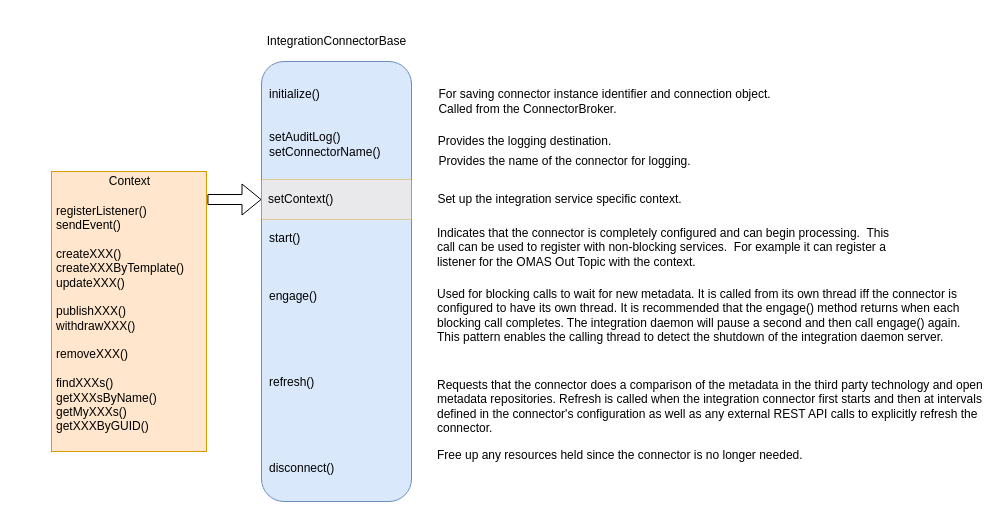
Above: page "integration-connector" (3 of 4) of open-metadata-implementation/governance-servers/integration-daemon-services/docs/integration-daemon.drawio in odpi/egeria (draw.io), before the change. Source tidied: cells renumbered, new cells numbered last; positions are measured from the earlier drawing's top-left corner, leaving out a move shared by most shapes. Both pictures are drawn from the tidied source at 100%, with x=0, y=0 at pixel (51, 31).
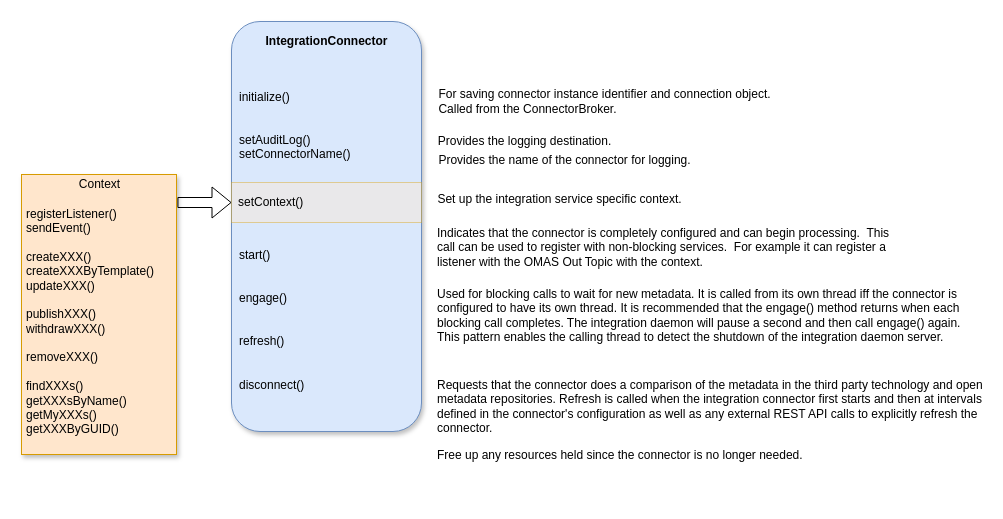
Above is the later version.

Diff of the diagram source:
```diff
@@
 <mxGraphModel>
   <root>
     <mxCell id="0" />
     <mxCell id="1" parent="0" />
-    <mxCell id="2" value="initialize()&lt;br&gt;&lt;br&gt;&lt;br&gt;setAuditLog()&lt;br&gt;setConnectorName()&lt;br&gt;&lt;br&gt;&lt;br&gt;&lt;br&gt;&lt;br&gt;&lt;br&gt;start()&lt;br&gt;&lt;br&gt;&lt;br&gt;&lt;br&gt;engage()&lt;br&gt;&lt;br&gt;&lt;br&gt;&lt;br&gt;&lt;br&gt;&lt;br&gt;refresh()&lt;br&gt;&lt;br&gt;&lt;br&gt;&lt;br&gt;&lt;br&gt;&lt;br&gt;disconnect()" style="rounded=1;whiteSpace=wrap;html=1;align=left;perimeterSpacing=0;spacingLeft=6;fillColor=#dae8fc;strokeColor=#6c8ebf;" parent="1" vertex="1">
-      <mxGeometry x="210" y="30" width="150" height="440" as="geometry" />
+    <mxCell id="2" value="&lt;br&gt;&lt;br&gt;initialize()&lt;br&gt;&lt;br&gt;&lt;br&gt;setAuditLog()&lt;br&gt;setConnectorName()&lt;br&gt;&lt;br&gt;&lt;br&gt;&lt;br&gt;&lt;br&gt;&lt;br&gt;&lt;br&gt;start()&lt;br&gt;&lt;br&gt;&lt;br&gt;engage()&lt;br&gt;&lt;br&gt;&lt;br&gt;refresh()&lt;br&gt;&lt;br&gt;&lt;br&gt;disconnect()" style="rounded=1;whiteSpace=wrap;html=1;align=left;perimeterSpacing=0;spacingLeft=6;fillColor=#dae8fc;strokeColor=#6c8ebf;shadow=1;" parent="1" vertex="1">
+      <mxGeometry x="180" y="-10" width="190" height="410" as="geometry" />
     </mxCell>
-    <mxCell id="3" value="IntegrationConnectorBase" style="text;html=1;align=center;verticalAlign=middle;" parent="1" vertex="1">
-      <mxGeometry x="210" width="150" height="20" as="geometry" />
+    <mxCell id="3" value="&lt;b&gt;IntegrationConnector&lt;/b&gt;" style="text;html=1;align=center;verticalAlign=middle;" parent="1" vertex="1">
+      <mxGeometry x="205" width="140" height="20" as="geometry" />
     </mxCell>
-    <mxCell id="4" value="Indicates that the connector is completely configured and can begin processing.&amp;nbsp; This call can be used to register with non-blocking services.&amp;nbsp; For example it can register a listener for the OMAS Out Topic with the context." style="text;whiteSpace=wrap;html=1;" parent="1" vertex="1">
+    <mxCell id="4" value="Indicates that the connector is completely configured and can begin processing.&amp;nbsp; This call can be used to register with non-blocking services.&amp;nbsp; For example it can register a listener with the OMAS Out Topic with the context." style="text;whiteSpace=wrap;html=1;" parent="1" vertex="1">
       <mxGeometry x="384" y="188" width="470" height="40" as="geometry" />
     </mxCell>
     <mxCell id="5" value="For saving connector instance identifier and connection object.&lt;br&gt;&lt;div style=&quot;text-align: left&quot;&gt;&lt;span&gt;Called from the ConnectorBroker.&lt;/span&gt;&lt;/div&gt;" style="text;html=1;align=center;verticalAlign=middle;" parent="1" vertex="1">
       <mxGeometry x="378" y="55" width="350" height="30" as="geometry" />
     </mxCell>
     <mxCell id="6" value="Provides the logging destination." style="text;html=1;align=center;verticalAlign=middle;" parent="1" vertex="1">
       <mxGeometry x="378" y="100" width="190" height="20" as="geometry" />
     </mxCell>
     <mxCell id="7" value="Provides the name of the connector for logging." style="text;html=1;align=center;verticalAlign=middle;" parent="1" vertex="1">
-      <mxGeometry x="378" y="120" width="270" height="20" as="geometry" />
+      <mxGeometry x="378" y="119" width="270" height="20" as="geometry" />
     </mxCell>
     <mxCell id="8" value="Used for blocking calls to wait for new metadata.  It is called from its own thread iff the connector is configured to have its own thread.  It is recommended that the engage() method returns when each blocking call completes.  The integration daemon will pause a second and then call engage() again.  This pattern enables the calling thread to detect the shutdown of the integration daemon server." style="text;whiteSpace=wrap;html=1;" parent="1" vertex="1">
       <mxGeometry x="384" y="249" width="550" height="70" as="geometry" />
     </mxCell>
     <mxCell id="9" value="Free up any resources held since the connector is no longer needed." style="text;whiteSpace=wrap;html=1;" parent="1" vertex="1">
       <mxGeometry x="384" y="410" width="400" height="30" as="geometry" />
     </mxCell>
     <mxCell id="10" value="Requests that the connector does a comparison of the metadata in the third party technology and open metadata repositories. Refresh is called when the integration connector first starts and then at intervals defined in the connector's configuration as well as any external REST API calls to explicitly refresh the connector." style="text;whiteSpace=wrap;html=1;" parent="1" vertex="1">
       <mxGeometry x="384" y="340" width="550" height="70" as="geometry" />
     </mxCell>
     <mxCell id="11" value="Set up the integration service specific context." style="text;html=1;align=center;verticalAlign=middle;" parent="1" vertex="1">
       <mxGeometry x="378" y="158" width="260" height="20" as="geometry" />
     </mxCell>
     <mxCell id="12" value="setContext()" style="rounded=0;whiteSpace=wrap;html=1;fillColor=#ffe6cc;strokeColor=#d79b00;opacity=40;align=left;spacingLeft=5;" parent="1" vertex="1">
-      <mxGeometry x="210" y="148" width="150" height="40" as="geometry" />
+      <mxGeometry x="180" y="151" width="190" height="40" as="geometry" />
     </mxCell>
-    <mxCell id="13" value="&lt;br&gt;registerListener()&lt;br&gt;sendEvent()&lt;br&gt;&lt;br&gt;createXXX()&lt;br&gt;createXXXByTemplate()&lt;br&gt;updateXXX()&lt;br&gt;&lt;br&gt;publishXXX()&lt;br&gt;withdrawXXX()&lt;br&gt;&lt;br&gt;removeXXX()&lt;br&gt;&lt;br&gt;findXXXs()&lt;br&gt;getXXXsByName()&lt;br&gt;getMyXXXs()&lt;br&gt;getXXXByGUID()" style="whiteSpace=wrap;html=1;align=left;fillColor=#ffe6cc;strokeColor=#d79b00;spacingLeft=3;" parent="1" vertex="1">
-      <mxGeometry y="140" width="155" height="280" as="geometry" />
+    <mxCell id="13" value="&lt;br&gt;registerListener()&lt;br&gt;sendEvent()&lt;br&gt;&lt;br&gt;createXXX()&lt;br&gt;createXXXByTemplate()&lt;br&gt;updateXXX()&lt;br&gt;&lt;br&gt;publishXXX()&lt;br&gt;withdrawXXX()&lt;br&gt;&lt;br&gt;removeXXX()&lt;br&gt;&lt;br&gt;findXXXs()&lt;br&gt;getXXXsByName()&lt;br&gt;getMyXXXs()&lt;br&gt;getXXXByGUID()" style="whiteSpace=wrap;html=1;align=left;fillColor=#ffe6cc;strokeColor=#d79b00;spacingLeft=3;shadow=1;" parent="1" vertex="1">
+      <mxGeometry x="-30" y="143" width="155" height="280" as="geometry" />
     </mxCell>
     <mxCell id="14" value="Context" style="text;html=1;align=center;verticalAlign=middle;" parent="1" vertex="1">
-      <mxGeometry x="47.5" y="140" width="60" height="20" as="geometry" />
+      <mxGeometry x="17.5" y="143" width="60" height="20" as="geometry" />
     </mxCell>
     <mxCell id="15" style="shape=flexArrow;endArrow=classic;html=1;exitX=1.006;exitY=0.1;exitDx=0;exitDy=0;exitPerimeter=0;entryX=0;entryY=0.5;entryDx=0;entryDy=0;" parent="1" edge="1" source="13" target="12">
       <mxGeometry relative="1" as="geometry" />
     </mxCell>
   </root>
 </mxGraphModel>
```
